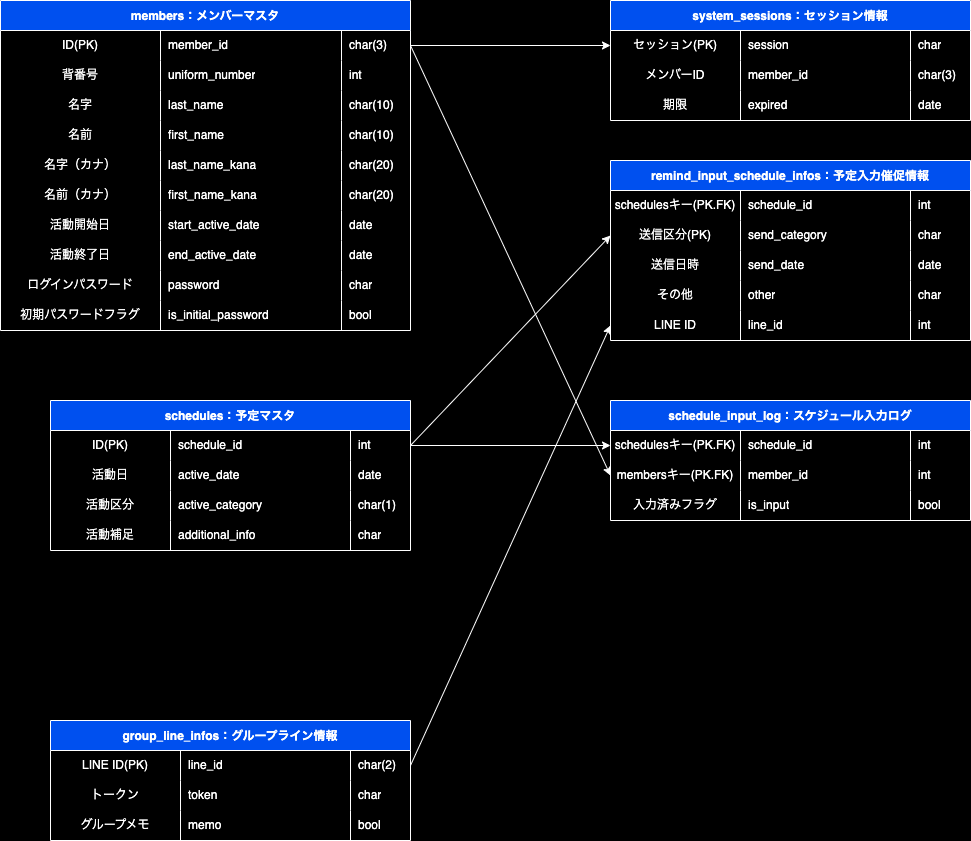
Before: 03_テーブル/ER_figure.drawio.png, a diagram exported from draw.io (ShigaFreedom/document_freedom_system). Source tidied: cells renumbered, new cells last; positions are measured from the earlier drawing's top-left corner, leaving out a move shared by most shapes.
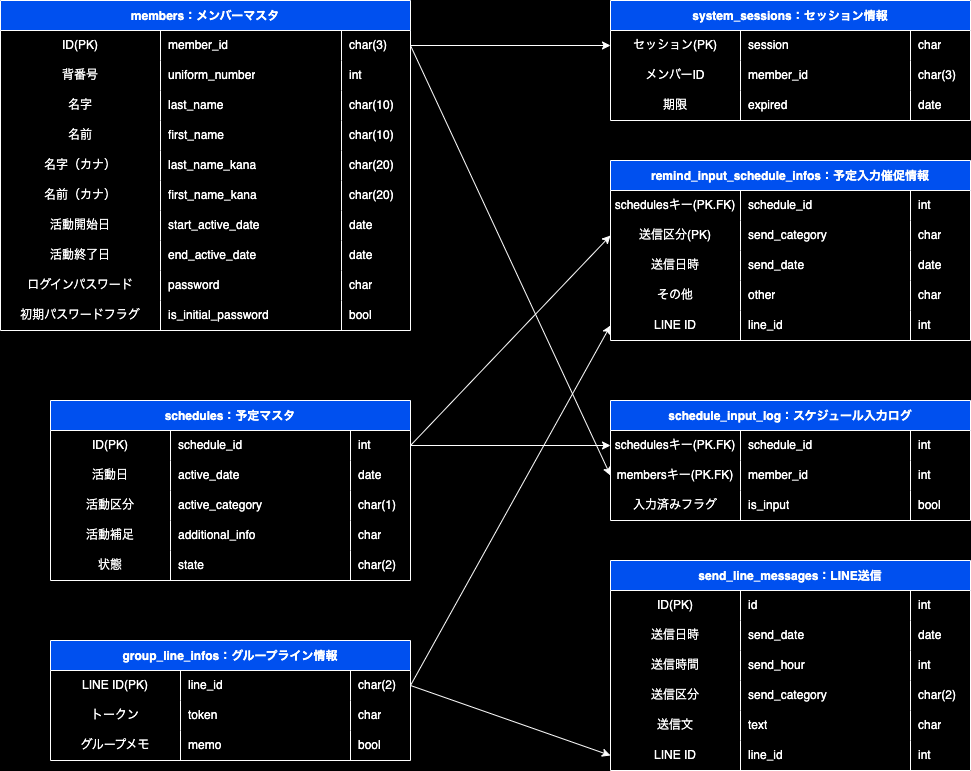
Later version of the same file.

The edit, as a diff of the source:
```diff
@@ -3,7 +3,7 @@
     <mxCell id="0" />
     <mxCell id="1" parent="0" />
     <mxCell id="2" value="schedules：予定マスタ" style="shape=table;startSize=30;rowLines=0;fontStyle=1;fillColor=#0050ef;fontColor=#FFFFFF;strokeColor=#FFFFFF;" parent="1" vertex="1">
-      <mxGeometry x="50" y="400" width="360" height="150" as="geometry" />
+      <mxGeometry x="50" y="400" width="360" height="180" as="geometry" />
     </mxCell>
     <mxCell id="3" style="shape=tableRow;horizontal=0;startSize=0;swimlaneHead=0;swimlaneBody=0;top=0;left=0;bottom=0;right=0;fillColor=none;points=[[0,0.5],[1,0.5]];portConstraint=eastwest;" parent="2" vertex="1">
       <mxGeometry y="30" width="360" height="30" as="geometry" />
@@ -53,6 +53,18 @@
     <mxCell id="18" value="char" style="shape=partialRectangle;html=1;whiteSpace=wrap;fillColor=none;top=0;left=0;bottom=0;right=0;align=left;spacingLeft=6;overflow=hidden;fontColor=#FFFFFF;" parent="15" vertex="1">
       <mxGeometry x="300" width="60" height="30" as="geometry" />
     </mxCell>
+    <mxCell id="125" style="shape=tableRow;horizontal=0;startSize=0;swimlaneHead=0;swimlaneBody=0;top=0;left=0;bottom=0;right=0;fillColor=none;" parent="2" vertex="1">
+      <mxGeometry y="150" width="360" height="30" as="geometry" />
+    </mxCell>
+    <mxCell id="126" value="状態" style="shape=partialRectangle;html=1;whiteSpace=wrap;fillColor=none;top=0;left=0;bottom=0;right=0;overflow=hidden;fontColor=#FFFFFF;" parent="125" vertex="1">
+      <mxGeometry width="120" height="30" as="geometry" />
+    </mxCell>
+    <mxCell id="127" value="state" style="shape=partialRectangle;html=1;whiteSpace=wrap;fillColor=none;top=0;left=0;bottom=0;right=0;align=left;spacingLeft=6;overflow=hidden;fontColor=#FFFFFF;" parent="125" vertex="1">
+      <mxGeometry x="120" width="180" height="30" as="geometry" />
+    </mxCell>
+    <mxCell id="128" value="char(2)" style="shape=partialRectangle;html=1;whiteSpace=wrap;fillColor=none;top=0;left=0;bottom=0;right=0;align=left;spacingLeft=6;overflow=hidden;fontColor=#FFFFFF;" parent="125" vertex="1">
+      <mxGeometry x="300" width="60" height="30" as="geometry" />
+    </mxCell>
     <mxCell id="19" value="remind_input_schedule_infos：予定入力催促情報" style="shape=table;startSize=30;rowLines=0;fontStyle=1;fillColor=#0050ef;fontColor=#FFFFFF;strokeColor=#FFFFFF;" parent="1" vertex="1">
       <mxGeometry x="610" y="160" width="360" height="180" as="geometry" />
     </mxCell>
@@ -290,7 +302,7 @@
       </mxGeometry>
     </mxCell>
     <mxCell id="97" value="group_line_infos：グループライン情報" style="shape=table;startSize=30;rowLines=0;fontStyle=1;fillColor=#0050ef;fontColor=#FFFFFF;strokeColor=#FFFFFF;" parent="1" vertex="1">
-      <mxGeometry x="50" y="720" width="360" height="120" as="geometry" />
+      <mxGeometry x="50" y="640" width="360" height="120" as="geometry" />
     </mxCell>
     <mxCell id="98" style="shape=tableRow;horizontal=0;startSize=0;swimlaneHead=0;swimlaneBody=0;top=0;left=0;bottom=0;right=0;fillColor=none;points=[[0,0.5],[1,0.5]];portConstraint=eastwest;" parent="97" vertex="1">
       <mxGeometry y="30" width="360" height="30" as="geometry" />
@@ -373,5 +385,83 @@
     <mxCell id="124" style="endArrow=classic;html=1;fontColor=#FFFFFF;strokeColor=#FFFFFF;exitX=1;exitY=0.5;exitDx=0;exitDy=0;entryX=0;entryY=0.5;entryDx=0;entryDy=0;" parent="1" edge="1" source="41" target="112">
       <mxGeometry relative="1" as="geometry" />
     </mxCell>
+    <mxCell id="129" value="send_line_messages：LINE送信" style="shape=table;startSize=30;rowLines=0;fontStyle=1;fillColor=#0050ef;fontColor=#FFFFFF;strokeColor=#FFFFFF;" parent="1" vertex="1">
+      <mxGeometry x="610" y="560" width="360" height="210" as="geometry" />
+    </mxCell>
+    <mxCell id="130" style="shape=tableRow;horizontal=0;startSize=0;swimlaneHead=0;swimlaneBody=0;top=0;left=0;bottom=0;right=0;fillColor=none;" parent="129" vertex="1">
+      <mxGeometry y="30" width="360" height="30" as="geometry" />
+    </mxCell>
+    <mxCell id="131" value="ID(PK)" style="shape=partialRectangle;html=1;whiteSpace=wrap;fillColor=none;top=0;left=0;bottom=0;right=0;overflow=hidden;fontColor=#FFFFFF;" parent="130" vertex="1">
+      <mxGeometry width="130" height="30" as="geometry" />
+    </mxCell>
+    <mxCell id="132" value="id" style="shape=partialRectangle;html=1;whiteSpace=wrap;fillColor=none;top=0;left=0;bottom=0;right=0;align=left;spacingLeft=6;overflow=hidden;fontColor=#FFFFFF;" parent="130" vertex="1">
+      <mxGeometry x="130" width="170" height="30" as="geometry" />
+    </mxCell>
+    <mxCell id="133" value="int" style="shape=partialRectangle;html=1;whiteSpace=wrap;fillColor=none;top=0;left=0;bottom=0;right=0;align=left;spacingLeft=6;overflow=hidden;fontColor=#FFFFFF;" parent="130" vertex="1">
+      <mxGeometry x="300" width="60" height="30" as="geometry" />
+    </mxCell>
+    <mxCell id="134" style="shape=tableRow;horizontal=0;startSize=0;swimlaneHead=0;swimlaneBody=0;top=0;left=0;bottom=0;right=0;fillColor=none;" parent="129" vertex="1">
+      <mxGeometry y="60" width="360" height="30" as="geometry" />
+    </mxCell>
+    <mxCell id="135" value="送信日時" style="shape=partialRectangle;html=1;whiteSpace=wrap;fillColor=none;top=0;left=0;bottom=0;right=0;overflow=hidden;fontColor=#FFFFFF;" parent="134" vertex="1">
+      <mxGeometry width="130" height="30" as="geometry" />
+    </mxCell>
+    <mxCell id="136" value="send_date" style="shape=partialRectangle;html=1;whiteSpace=wrap;fillColor=none;top=0;left=0;bottom=0;right=0;align=left;spacingLeft=6;overflow=hidden;fontColor=#FFFFFF;" parent="134" vertex="1">
+      <mxGeometry x="130" width="170" height="30" as="geometry" />
+    </mxCell>
+    <mxCell id="137" value="date" style="shape=partialRectangle;html=1;whiteSpace=wrap;fillColor=none;top=0;left=0;bottom=0;right=0;align=left;spacingLeft=6;overflow=hidden;fontColor=#FFFFFF;" parent="134" vertex="1">
+      <mxGeometry x="300" width="60" height="30" as="geometry" />
+    </mxCell>
+    <mxCell id="138" style="shape=tableRow;horizontal=0;startSize=0;swimlaneHead=0;swimlaneBody=0;top=0;left=0;bottom=0;right=0;fillColor=none;" parent="129" vertex="1">
+      <mxGeometry y="90" width="360" height="30" as="geometry" />
+    </mxCell>
+    <mxCell id="139" value="送信時間" style="shape=partialRectangle;html=1;whiteSpace=wrap;fillColor=none;top=0;left=0;bottom=0;right=0;overflow=hidden;fontColor=#FFFFFF;" parent="138" vertex="1">
+      <mxGeometry width="130" height="30" as="geometry" />
+    </mxCell>
+    <mxCell id="140" value="send_hour" style="shape=partialRectangle;html=1;whiteSpace=wrap;fillColor=none;top=0;left=0;bottom=0;right=0;align=left;spacingLeft=6;overflow=hidden;fontColor=#FFFFFF;" parent="138" vertex="1">
+      <mxGeometry x="130" width="170" height="30" as="geometry" />
+    </mxCell>
+    <mxCell id="141" value="int" style="shape=partialRectangle;html=1;whiteSpace=wrap;fillColor=none;top=0;left=0;bottom=0;right=0;align=left;spacingLeft=6;overflow=hidden;fontColor=#FFFFFF;" parent="138" vertex="1">
+      <mxGeometry x="300" width="60" height="30" as="geometry" />
+    </mxCell>
+    <mxCell id="142" style="shape=tableRow;horizontal=0;startSize=0;swimlaneHead=0;swimlaneBody=0;top=0;left=0;bottom=0;right=0;fillColor=none;" parent="129" vertex="1">
+      <mxGeometry y="120" width="360" height="30" as="geometry" />
+    </mxCell>
+    <mxCell id="143" value="送信区分" style="shape=partialRectangle;html=1;whiteSpace=wrap;fillColor=none;top=0;left=0;bottom=0;right=0;overflow=hidden;fontColor=#FFFFFF;" parent="142" vertex="1">
+      <mxGeometry width="130" height="30" as="geometry" />
+    </mxCell>
+    <mxCell id="144" value="send_category" style="shape=partialRectangle;html=1;whiteSpace=wrap;fillColor=none;top=0;left=0;bottom=0;right=0;align=left;spacingLeft=6;overflow=hidden;fontColor=#FFFFFF;" parent="142" vertex="1">
+      <mxGeometry x="130" width="170" height="30" as="geometry" />
+    </mxCell>
+    <mxCell id="145" value="char(2)" style="shape=partialRectangle;html=1;whiteSpace=wrap;fillColor=none;top=0;left=0;bottom=0;right=0;align=left;spacingLeft=6;overflow=hidden;fontColor=#FFFFFF;" parent="142" vertex="1">
+      <mxGeometry x="300" width="60" height="30" as="geometry" />
+    </mxCell>
+    <mxCell id="146" style="shape=tableRow;horizontal=0;startSize=0;swimlaneHead=0;swimlaneBody=0;top=0;left=0;bottom=0;right=0;fillColor=none;" parent="129" vertex="1">
+      <mxGeometry y="150" width="360" height="30" as="geometry" />
+    </mxCell>
+    <mxCell id="147" value="送信文" style="shape=partialRectangle;html=1;whiteSpace=wrap;fillColor=none;top=0;left=0;bottom=0;right=0;overflow=hidden;fontColor=#FFFFFF;" parent="146" vertex="1">
+      <mxGeometry width="130" height="30" as="geometry" />
+    </mxCell>
+    <mxCell id="148" value="text" style="shape=partialRectangle;html=1;whiteSpace=wrap;fillColor=none;top=0;left=0;bottom=0;right=0;align=left;spacingLeft=6;overflow=hidden;fontColor=#FFFFFF;" parent="146" vertex="1">
+      <mxGeometry x="130" width="170" height="30" as="geometry" />
+    </mxCell>
+    <mxCell id="149" value="char" style="shape=partialRectangle;html=1;whiteSpace=wrap;fillColor=none;top=0;left=0;bottom=0;right=0;align=left;spacingLeft=6;overflow=hidden;fontColor=#FFFFFF;" parent="146" vertex="1">
+      <mxGeometry x="300" width="60" height="30" as="geometry" />
+    </mxCell>
+    <mxCell id="150" style="shape=tableRow;horizontal=0;startSize=0;swimlaneHead=0;swimlaneBody=0;top=0;left=0;bottom=0;right=0;fillColor=none;points=[[0,0.5],[1,0.5]];portConstraint=eastwest;" parent="129" vertex="1">
+      <mxGeometry y="180" width="360" height="30" as="geometry" />
+    </mxCell>
+    <mxCell id="151" value="LINE ID" style="shape=partialRectangle;html=1;whiteSpace=wrap;fillColor=none;top=0;left=0;bottom=0;right=0;overflow=hidden;fontColor=#FFFFFF;" parent="150" vertex="1">
+      <mxGeometry width="130" height="30" as="geometry" />
+    </mxCell>
+    <mxCell id="152" value="line_id" style="shape=partialRectangle;html=1;whiteSpace=wrap;fillColor=none;top=0;left=0;bottom=0;right=0;align=left;spacingLeft=6;overflow=hidden;fontColor=#FFFFFF;" parent="150" vertex="1">
+      <mxGeometry x="130" width="170" height="30" as="geometry" />
+    </mxCell>
+    <mxCell id="153" value="int" style="shape=partialRectangle;html=1;whiteSpace=wrap;fillColor=none;top=0;left=0;bottom=0;right=0;align=left;spacingLeft=6;overflow=hidden;fontColor=#FFFFFF;" parent="150" vertex="1">
+      <mxGeometry x="300" width="60" height="30" as="geometry" />
+    </mxCell>
+    <mxCell id="154" style="endArrow=classic;html=1;fontColor=#FFFFFF;strokeColor=#FFFFFF;exitX=1;exitY=0.5;exitDx=0;exitDy=0;entryX=0;entryY=0.5;entryDx=0;entryDy=0;" parent="1" edge="1" source="98" target="150">
+      <mxGeometry relative="1" as="geometry" />
+    </mxCell>
   </root>
 </mxGraphModel>
```
